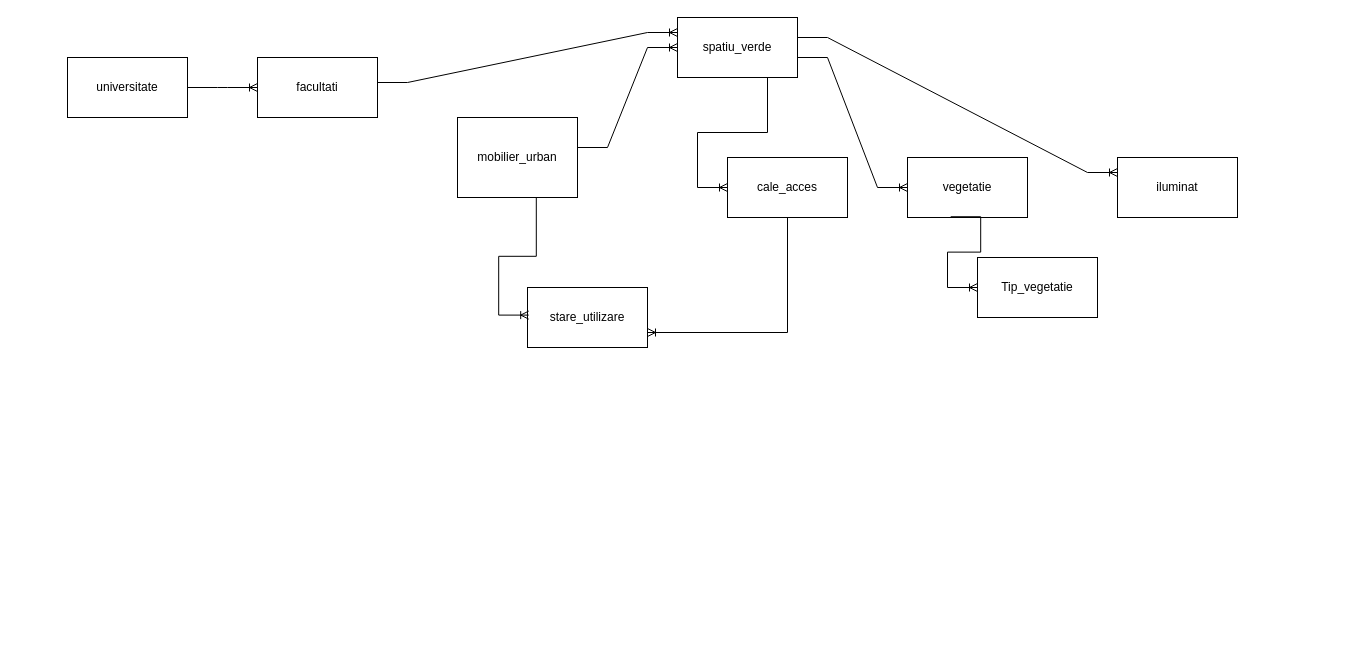
This is Diagramă fără titlu.drawio from andromeda1991/first_db_project, a draw.io file, before an edit. Source tidied: cells renumbered, new cells numbered last; positions are measured from the earlier drawing's top-left corner, leaving out a move shared by most shapes. Both pictures are drawn from the tidied source at 100%, with x=0, y=0 at pixel (67, 17).
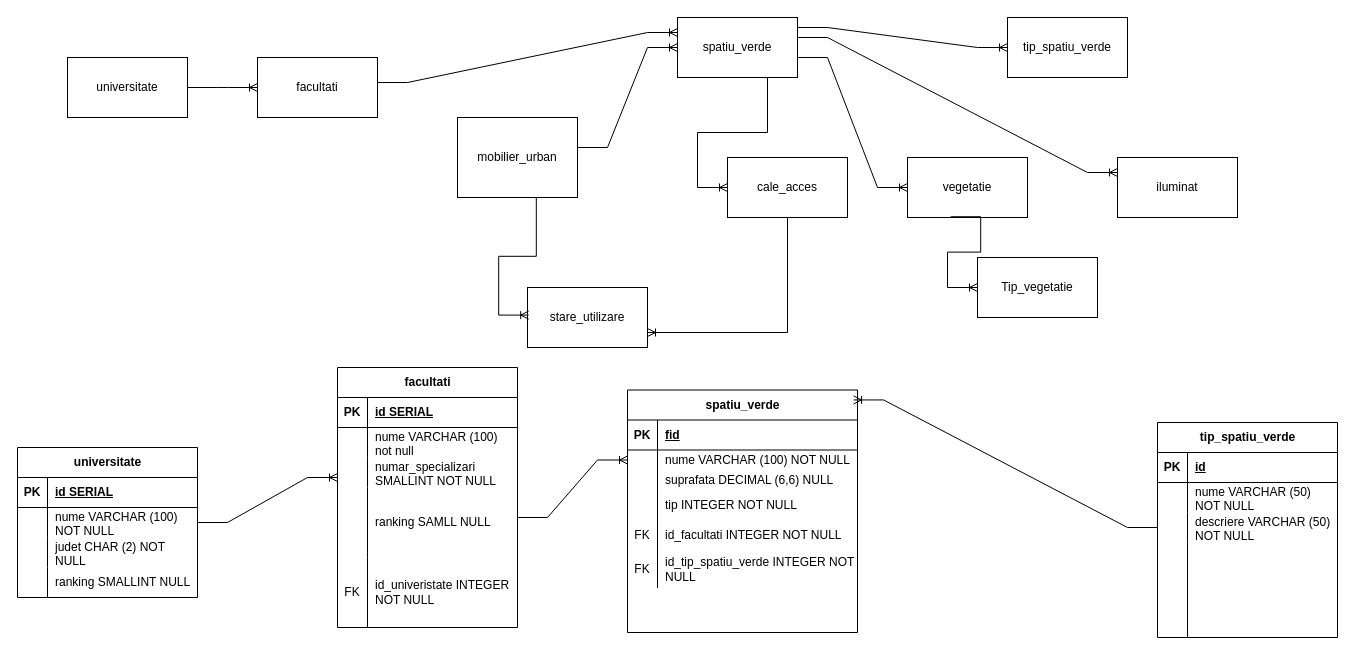
The same diagram, later.

The edit, as a diff of the source:
```diff
@@
+    <mxCell id="20" value="universitate" style="shape=table;startSize=30;childLayout=tableLayout;rowLines=0;fontStyle=1;align=center;html=1;" parent="1" vertex="1">
+      <mxGeometry x="-50" y="430" width="180" height="150" as="geometry" />
+    </mxCell>
+    <mxCell id="21" style="shape=tableRow;horizontal=0;startSize=0;swimlaneHead=0;swimlaneBody=0;fillColor=none;top=0;left=0;right=0;bottom=1;" parent="20" vertex="1">
+      <mxGeometry y="30" width="180" height="30" as="geometry" />
+    </mxCell>
+    <mxCell id="22" value="PK" style="shape=partialRectangle;fillColor=none;top=0;left=0;bottom=0;right=0;fontStyle=1;overflow=hidden;whiteSpace=wrap;html=1;" parent="21" vertex="1">
+      <mxGeometry width="30" height="30" as="geometry" />
+    </mxCell>
+    <mxCell id="23" value="id SERIAL" style="shape=partialRectangle;fillColor=none;top=0;left=0;bottom=0;right=0;align=left;spacingLeft=6;fontStyle=5;overflow=hidden;whiteSpace=wrap;html=1;" parent="21" vertex="1">
+      <mxGeometry x="30" width="150" height="30" as="geometry" />
+    </mxCell>
+    <mxCell id="24" style="shape=tableRow;horizontal=0;startSize=0;swimlaneHead=0;swimlaneBody=0;fillColor=none;points=[[0,0.5],[1,0.5]];portConstraint=eastwest;top=0;left=0;right=0;bottom=0;" parent="20" vertex="1">
+      <mxGeometry y="60" width="180" height="30" as="geometry" />
+    </mxCell>
+    <mxCell id="25" style="shape=partialRectangle;fillColor=none;top=0;left=0;bottom=0;right=0;overflow=hidden;whiteSpace=wrap;html=1;" parent="24" vertex="1">
+      <mxGeometry width="30" height="30" as="geometry" />
+    </mxCell>
+    <mxCell id="26" value="nume VARCHAR (100) NOT NULL" style="shape=partialRectangle;fillColor=none;top=0;left=0;bottom=0;right=0;align=left;spacingLeft=6;overflow=hidden;whiteSpace=wrap;html=1;" parent="24" vertex="1">
+      <mxGeometry x="30" width="150" height="30" as="geometry" />
+    </mxCell>
+    <mxCell id="27" style="shape=tableRow;horizontal=0;startSize=0;swimlaneHead=0;swimlaneBody=0;fillColor=none;top=0;left=0;right=0;bottom=0;" parent="20" vertex="1">
+      <mxGeometry y="90" width="180" height="30" as="geometry" />
+    </mxCell>
+    <mxCell id="28" style="shape=partialRectangle;fillColor=none;top=0;left=0;bottom=0;right=0;overflow=hidden;whiteSpace=wrap;html=1;" parent="27" vertex="1">
+      <mxGeometry width="30" height="30" as="geometry" />
+    </mxCell>
+    <mxCell id="29" value="judet CHAR (2) NOT NULL" style="shape=partialRectangle;fillColor=none;top=0;left=0;bottom=0;right=0;align=left;spacingLeft=6;overflow=hidden;whiteSpace=wrap;html=1;" parent="27" vertex="1">
+      <mxGeometry x="30" width="150" height="30" as="geometry" />
+    </mxCell>
+    <mxCell id="30" style="shape=tableRow;horizontal=0;startSize=0;swimlaneHead=0;swimlaneBody=0;fillColor=none;top=0;left=0;right=0;bottom=0;" parent="20" vertex="1">
+      <mxGeometry y="120" width="180" height="30" as="geometry" />
+    </mxCell>
+    <mxCell id="31" style="shape=partialRectangle;fillColor=none;top=0;left=0;bottom=0;right=0;overflow=hidden;whiteSpace=wrap;html=1;" parent="30" vertex="1">
+      <mxGeometry width="30" height="30" as="geometry" />
+    </mxCell>
+    <mxCell id="32" value="ranking SMALLINT NULL" style="shape=partialRectangle;fillColor=none;top=0;left=0;bottom=0;right=0;align=left;spacingLeft=6;overflow=hidden;whiteSpace=wrap;html=1;" parent="30" vertex="1">
+      <mxGeometry x="30" width="150" height="30" as="geometry" />
+    </mxCell>
+    <mxCell id="33" value="facultati" style="shape=table;startSize=30;childLayout=tableLayout;rowLines=0;fontStyle=1;align=center;html=1;" parent="1" vertex="1">
+      <mxGeometry x="270" y="350" width="180" height="260" as="geometry" />
+    </mxCell>
+    <mxCell id="34" style="shape=tableRow;horizontal=0;startSize=0;swimlaneHead=0;swimlaneBody=0;fillColor=none;top=0;left=0;right=0;bottom=1;" parent="33" vertex="1">
+      <mxGeometry y="30" width="180" height="30" as="geometry" />
+    </mxCell>
+    <mxCell id="35" value="PK" style="shape=partialRectangle;fillColor=none;top=0;left=0;bottom=0;right=0;fontStyle=1;overflow=hidden;whiteSpace=wrap;html=1;" parent="34" vertex="1">
+      <mxGeometry width="30" height="30" as="geometry" />
+    </mxCell>
+    <mxCell id="36" value="id SERIAL" style="shape=partialRectangle;fillColor=none;top=0;left=0;bottom=0;right=0;align=left;spacingLeft=6;fontStyle=5;overflow=hidden;whiteSpace=wrap;html=1;" parent="34" vertex="1">
+      <mxGeometry x="30" width="150" height="30" as="geometry" />
+    </mxCell>
+    <mxCell id="37" style="shape=tableRow;horizontal=0;startSize=0;swimlaneHead=0;swimlaneBody=0;fillColor=none;top=0;left=0;right=0;bottom=0;" parent="33" vertex="1">
+      <mxGeometry y="60" width="180" height="30" as="geometry" />
+    </mxCell>
+    <mxCell id="38" style="shape=partialRectangle;fillColor=none;top=0;left=0;bottom=0;right=0;overflow=hidden;whiteSpace=wrap;html=1;" parent="37" vertex="1">
+      <mxGeometry width="30" height="30" as="geometry" />
+    </mxCell>
+    <mxCell id="39" value="nume VARCHAR (100) not null" style="shape=partialRectangle;fillColor=none;top=0;left=0;bottom=0;right=0;align=left;spacingLeft=6;overflow=hidden;whiteSpace=wrap;html=1;" parent="37" vertex="1">
+      <mxGeometry x="30" width="150" height="30" as="geometry" />
+    </mxCell>
+    <mxCell id="40" style="shape=tableRow;horizontal=0;startSize=0;swimlaneHead=0;swimlaneBody=0;fillColor=none;top=0;left=0;right=0;bottom=0;" parent="33" vertex="1">
+      <mxGeometry y="90" width="180" height="30" as="geometry" />
+    </mxCell>
+    <mxCell id="41" style="shape=partialRectangle;fillColor=none;top=0;left=0;bottom=0;right=0;overflow=hidden;whiteSpace=wrap;html=1;" parent="40" vertex="1">
+      <mxGeometry width="30" height="30" as="geometry" />
+    </mxCell>
+    <mxCell id="42" value="numar_specializari SMALLINT NOT NULL" style="shape=partialRectangle;fillColor=none;top=0;left=0;bottom=0;right=0;align=left;spacingLeft=6;overflow=hidden;whiteSpace=wrap;html=1;" parent="40" vertex="1">
+      <mxGeometry x="30" width="150" height="30" as="geometry" />
+    </mxCell>
+    <mxCell id="43" style="shape=tableRow;horizontal=0;startSize=0;swimlaneHead=0;swimlaneBody=0;fillColor=none;top=0;left=0;right=0;bottom=0;" parent="33" vertex="1">
+      <mxGeometry y="120" width="180" height="70" as="geometry" />
+    </mxCell>
+    <mxCell id="44" style="shape=partialRectangle;fillColor=none;top=0;left=0;bottom=0;right=0;overflow=hidden;whiteSpace=wrap;html=1;" parent="43" vertex="1">
+      <mxGeometry width="30" height="70" as="geometry" />
+    </mxCell>
+    <mxCell id="45" value="ranking SAMLL NULL" style="shape=partialRectangle;fillColor=none;top=0;left=0;bottom=0;right=0;align=left;spacingLeft=6;overflow=hidden;whiteSpace=wrap;html=1;" parent="43" vertex="1">
+      <mxGeometry x="30" width="150" height="70" as="geometry" />
+    </mxCell>
+    <mxCell id="46" style="shape=tableRow;horizontal=0;startSize=0;swimlaneHead=0;swimlaneBody=0;fillColor=none;top=0;left=0;right=0;bottom=0;" parent="33" vertex="1">
+      <mxGeometry y="190" width="180" height="70" as="geometry" />
+    </mxCell>
+    <mxCell id="47" value="FK" style="shape=partialRectangle;fillColor=none;top=0;left=0;bottom=0;right=0;overflow=hidden;whiteSpace=wrap;html=1;" parent="46" vertex="1">
+      <mxGeometry width="30" height="70" as="geometry" />
+    </mxCell>
+    <mxCell id="48" value="id_univeristate INTEGER NOT NULL" style="shape=partialRectangle;fillColor=none;top=0;left=0;bottom=0;right=0;align=left;spacingLeft=6;overflow=hidden;whiteSpace=wrap;html=1;" parent="46" vertex="1">
+      <mxGeometry x="30" width="150" height="70" as="geometry" />
+    </mxCell>
+    <mxCell id="49" style="edgeStyle=entityRelationEdgeStyle;fontSize=12;html=1;endArrow=ERoneToMany;rounded=0;exitX=1;exitY=0.5;exitDx=0;exitDy=0;" parent="1" edge="1" source="24">
+      <mxGeometry relative="1" as="geometry">
+        <mxPoint x="270" y="460" as="targetPoint" />
+      </mxGeometry>
+    </mxCell>
+    <mxCell id="50" style="edgeStyle=entityRelationEdgeStyle;fontSize=12;html=1;endArrow=ERoneToMany;rounded=0;entryX=0;entryY=0.5;entryDx=0;entryDy=0;" parent="1" edge="1" target="55">
+      <mxGeometry relative="1" as="geometry">
+        <mxPoint x="450" y="500" as="sourcePoint" />
+      </mxGeometry>
+    </mxCell>
+    <mxCell id="51" value="spatiu_verde" style="shape=table;startSize=30;childLayout=tableLayout;rowLines=0;fontStyle=1;align=center;html=1;" parent="1" vertex="1">
+      <mxGeometry x="560" y="372.5" width="230" height="242.5" as="geometry" />
+    </mxCell>
+    <mxCell id="52" style="shape=tableRow;horizontal=0;startSize=0;swimlaneHead=0;swimlaneBody=0;fillColor=none;top=0;left=0;right=0;bottom=1;" parent="51" vertex="1">
+      <mxGeometry y="30" width="230" height="30" as="geometry" />
+    </mxCell>
+    <mxCell id="53" value="PK" style="shape=partialRectangle;fillColor=none;top=0;left=0;bottom=0;right=0;fontStyle=1;overflow=hidden;whiteSpace=wrap;html=1;" parent="52" vertex="1">
+      <mxGeometry width="30" height="30" as="geometry" />
+    </mxCell>
+    <mxCell id="54" value="fid" style="shape=partialRectangle;fillColor=none;top=0;left=0;bottom=0;right=0;align=left;spacingLeft=6;fontStyle=5;overflow=hidden;whiteSpace=wrap;html=1;" parent="52" vertex="1">
+      <mxGeometry x="30" width="200" height="30" as="geometry" />
+    </mxCell>
+    <mxCell id="55" style="shape=tableRow;horizontal=0;startSize=0;swimlaneHead=0;swimlaneBody=0;fillColor=none;points=[[0,0.5],[1,0.5]];portConstraint=eastwest;top=0;left=0;right=0;bottom=0;" parent="51" vertex="1">
+      <mxGeometry y="60" width="230" height="20" as="geometry" />
+    </mxCell>
+    <mxCell id="56" style="shape=partialRectangle;fillColor=none;top=0;left=0;bottom=0;right=0;overflow=hidden;whiteSpace=wrap;html=1;" parent="55" vertex="1">
+      <mxGeometry width="30" height="20" as="geometry" />
+    </mxCell>
+    <mxCell id="57" value="nume VARCHAR (100) NOT NULL" style="shape=partialRectangle;fillColor=none;top=0;left=0;bottom=0;right=0;align=left;spacingLeft=6;overflow=hidden;whiteSpace=wrap;html=1;" parent="55" vertex="1">
+      <mxGeometry x="30" width="200" height="20" as="geometry" />
+    </mxCell>
+    <mxCell id="58" style="shape=tableRow;horizontal=0;startSize=0;swimlaneHead=0;swimlaneBody=0;fillColor=none;top=0;left=0;right=0;bottom=0;" parent="51" vertex="1">
+      <mxGeometry y="80" width="230" height="20" as="geometry" />
+    </mxCell>
+    <mxCell id="59" style="shape=partialRectangle;fillColor=none;top=0;left=0;bottom=0;right=0;overflow=hidden;whiteSpace=wrap;html=1;" parent="58" vertex="1">
+      <mxGeometry width="30" height="20" as="geometry" />
+    </mxCell>
+    <mxCell id="60" value="suprafata DECIMAL (6,6) NULL" style="shape=partialRectangle;fillColor=none;top=0;left=0;bottom=0;right=0;align=left;spacingLeft=6;overflow=hidden;whiteSpace=wrap;html=1;" parent="58" vertex="1">
+      <mxGeometry x="30" width="200" height="20" as="geometry" />
+    </mxCell>
+    <mxCell id="61" style="shape=tableRow;horizontal=0;startSize=0;swimlaneHead=0;swimlaneBody=0;fillColor=none;top=0;left=0;right=0;bottom=0;" parent="51" vertex="1">
+      <mxGeometry y="100" width="230" height="30" as="geometry" />
+    </mxCell>
+    <mxCell id="62" style="shape=partialRectangle;fillColor=none;top=0;left=0;bottom=0;right=0;overflow=hidden;whiteSpace=wrap;html=1;" parent="61" vertex="1">
+      <mxGeometry width="30" height="30" as="geometry" />
+    </mxCell>
+    <mxCell id="63" value="tip INTEGER NOT NULL" style="shape=partialRectangle;fillColor=none;top=0;left=0;bottom=0;right=0;align=left;spacingLeft=6;overflow=hidden;whiteSpace=wrap;html=1;" parent="61" vertex="1">
+      <mxGeometry x="30" width="200" height="30" as="geometry" />
+    </mxCell>
+    <mxCell id="64" style="shape=tableRow;horizontal=0;startSize=0;swimlaneHead=0;swimlaneBody=0;fillColor=none;top=0;left=0;right=0;bottom=0;" parent="51" vertex="1">
+      <mxGeometry y="130" width="230" height="30" as="geometry" />
+    </mxCell>
+    <mxCell id="65" value="FK" style="shape=partialRectangle;fillColor=none;top=0;left=0;bottom=0;right=0;overflow=hidden;whiteSpace=wrap;html=1;" parent="64" vertex="1">
+      <mxGeometry width="30" height="30" as="geometry" />
+    </mxCell>
+    <mxCell id="66" value="id_facultati INTEGER NOT NULL" style="shape=partialRectangle;fillColor=none;top=0;left=0;bottom=0;right=0;align=left;spacingLeft=6;overflow=hidden;whiteSpace=wrap;html=1;" parent="64" vertex="1">
+      <mxGeometry x="30" width="200" height="30" as="geometry" />
+    </mxCell>
+    <mxCell id="67" style="shape=tableRow;horizontal=0;startSize=0;swimlaneHead=0;swimlaneBody=0;fillColor=none;top=0;left=0;right=0;bottom=0;" parent="51" vertex="1">
+      <mxGeometry y="160" width="230" height="38" as="geometry" />
+    </mxCell>
+    <mxCell id="68" value="FK" style="shape=partialRectangle;fillColor=none;top=0;left=0;bottom=0;right=0;overflow=hidden;whiteSpace=wrap;html=1;" parent="67" vertex="1">
+      <mxGeometry width="30" height="38" as="geometry" />
+    </mxCell>
+    <mxCell id="69" value="id_tip_spatiu_verde INTEGER NOT NULL" style="shape=partialRectangle;fillColor=none;top=0;left=0;bottom=0;right=0;align=left;spacingLeft=6;overflow=hidden;whiteSpace=wrap;html=1;" parent="67" vertex="1">
+      <mxGeometry x="30" width="200" height="38" as="geometry" />
+    </mxCell>
+    <mxCell id="70" value="tip_spatiu_verde" style="rounded=0;whiteSpace=wrap;html=1;" parent="1" vertex="1">
+      <mxGeometry x="940" width="120" height="60" as="geometry" />
+    </mxCell>
+    <mxCell id="71" style="edgeStyle=entityRelationEdgeStyle;fontSize=12;html=1;endArrow=ERoneToMany;rounded=0;entryX=0;entryY=0.5;entryDx=0;entryDy=0;" parent="1" edge="1" target="70">
+      <mxGeometry relative="1" as="geometry">
+        <mxPoint x="730" y="10" as="sourcePoint" />
+      </mxGeometry>
+    </mxCell>
+    <mxCell id="72" value="tip_spatiu_verde" style="shape=table;startSize=30;childLayout=tableLayout;rowLines=0;fontStyle=1;align=center;html=1;" parent="1" vertex="1">
+      <mxGeometry x="1090" y="405" width="180" height="215" as="geometry" />
+    </mxCell>
+    <mxCell id="73" style="shape=tableRow;horizontal=0;startSize=0;swimlaneHead=0;swimlaneBody=0;fillColor=none;top=0;left=0;right=0;bottom=1;" parent="72" vertex="1">
+      <mxGeometry y="30" width="180" height="30" as="geometry" />
+    </mxCell>
+    <mxCell id="74" value="PK" style="shape=partialRectangle;fillColor=none;top=0;left=0;bottom=0;right=0;fontStyle=1;overflow=hidden;whiteSpace=wrap;html=1;" parent="73" vertex="1">
+      <mxGeometry width="30" height="30" as="geometry" />
+    </mxCell>
+    <mxCell id="75" value="id" style="shape=partialRectangle;fillColor=none;top=0;left=0;bottom=0;right=0;align=left;spacingLeft=6;fontStyle=5;overflow=hidden;whiteSpace=wrap;html=1;" parent="73" vertex="1">
+      <mxGeometry x="30" width="150" height="30" as="geometry" />
+    </mxCell>
+    <mxCell id="76" style="shape=tableRow;horizontal=0;startSize=0;swimlaneHead=0;swimlaneBody=0;fillColor=none;top=0;left=0;right=0;bottom=0;" parent="72" vertex="1">
+      <mxGeometry y="60" width="180" height="30" as="geometry" />
+    </mxCell>
+    <mxCell id="77" style="shape=partialRectangle;fillColor=none;top=0;left=0;bottom=0;right=0;overflow=hidden;whiteSpace=wrap;html=1;" parent="76" vertex="1">
+      <mxGeometry width="30" height="30" as="geometry" />
+    </mxCell>
+    <mxCell id="78" value="nume VARCHAR (50) NOT NULL" style="shape=partialRectangle;fillColor=none;top=0;left=0;bottom=0;right=0;align=left;spacingLeft=6;overflow=hidden;whiteSpace=wrap;html=1;" parent="76" vertex="1">
+      <mxGeometry x="30" width="150" height="30" as="geometry" />
+    </mxCell>
+    <mxCell id="79" style="shape=tableRow;horizontal=0;startSize=0;swimlaneHead=0;swimlaneBody=0;fillColor=none;points=[[0,0.5],[1,0.5]];portConstraint=eastwest;top=0;left=0;right=0;bottom=0;" parent="72" vertex="1">
+      <mxGeometry y="90" width="180" height="30" as="geometry" />
+    </mxCell>
+    <mxCell id="80" style="shape=partialRectangle;fillColor=none;top=0;left=0;bottom=0;right=0;overflow=hidden;whiteSpace=wrap;html=1;" parent="79" vertex="1">
+      <mxGeometry width="30" height="30" as="geometry" />
+    </mxCell>
+    <mxCell id="81" value="descriere VARCHAR (50) NOT NULL" style="shape=partialRectangle;fillColor=none;top=0;left=0;bottom=0;right=0;align=left;spacingLeft=6;overflow=hidden;whiteSpace=wrap;html=1;" parent="79" vertex="1">
+      <mxGeometry x="30" width="150" height="30" as="geometry" />
+    </mxCell>
+    <mxCell id="82" style="shape=tableRow;horizontal=0;startSize=0;swimlaneHead=0;swimlaneBody=0;fillColor=none;top=0;left=0;right=0;bottom=0;" parent="72" vertex="1">
+      <mxGeometry y="120" width="180" height="95" as="geometry" />
+    </mxCell>
+    <mxCell id="83" style="shape=partialRectangle;fillColor=none;top=0;left=0;bottom=0;right=0;overflow=hidden;whiteSpace=wrap;html=1;" parent="82" vertex="1">
+      <mxGeometry width="30" height="95" as="geometry" />
+    </mxCell>
+    <mxCell id="84" style="shape=partialRectangle;fillColor=none;top=0;left=0;bottom=0;right=0;align=left;spacingLeft=6;overflow=hidden;whiteSpace=wrap;html=1;" parent="82" vertex="1">
+      <mxGeometry x="30" width="150" height="95" as="geometry" />
+    </mxCell>
+    <mxCell id="85" style="edgeStyle=entityRelationEdgeStyle;fontSize=12;html=1;endArrow=ERoneToMany;rounded=0;entryX=0.983;entryY=0.041;entryDx=0;entryDy=0;entryPerimeter=0;" parent="1" edge="1" source="79" target="51">
+      <mxGeometry relative="1" as="geometry">
+        <Array as="points">
+          <mxPoint x="900" y="457.5" />
+          <mxPoint x="980" y="670" />
+        </Array>
+      </mxGeometry>
+    </mxCell>
```
